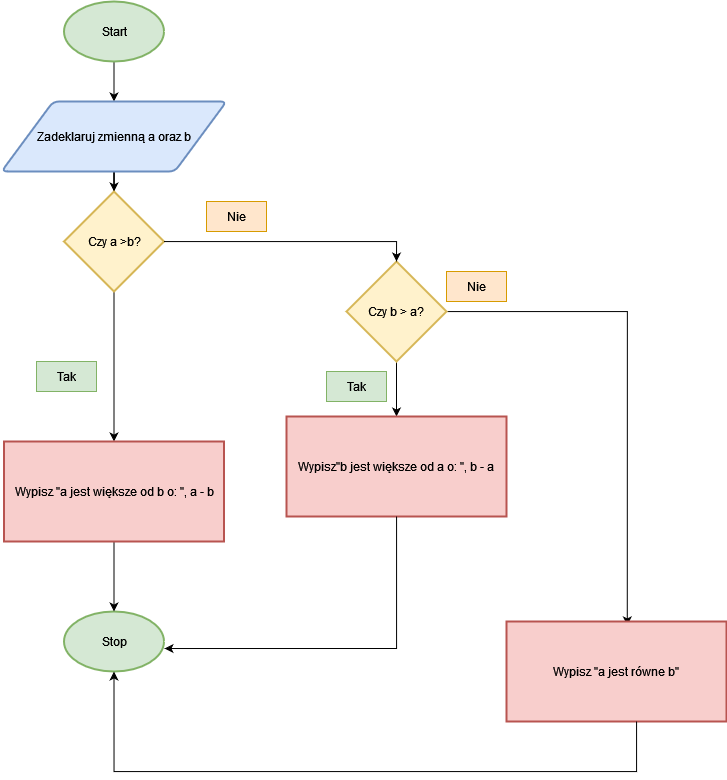
Above: schemat_blokowy/Lab_01/Programowanie_laborki/Która_większa(rdy)(pre_checked)/Która_wieksza.drawio.png in DudeQ7/Programming (draw.io), before the change. Source tidied: cells renumbered, new cells last; positions are measured from the earlier drawing's top-left corner, leaving out a move shared by most shapes.
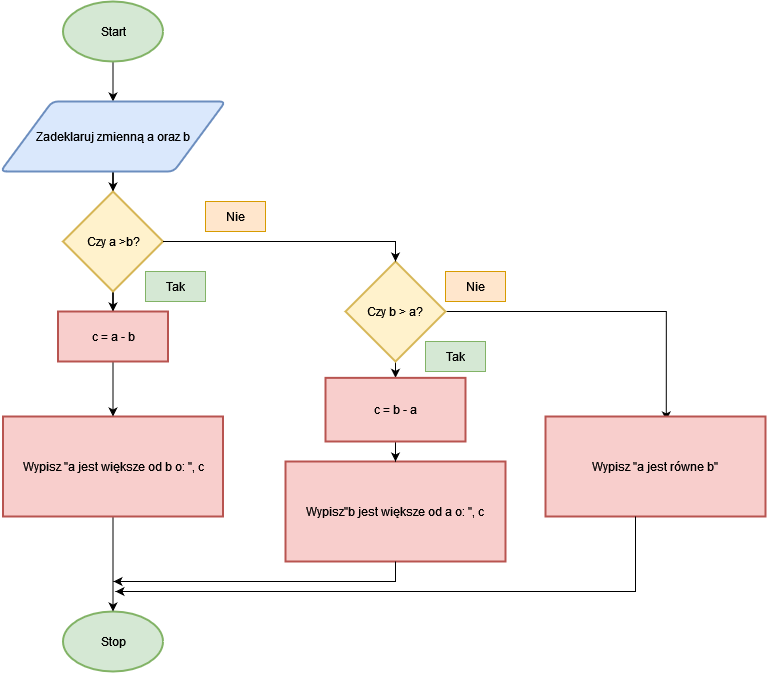
The same diagram one commit later.

Diff of the diagram source:
```diff
@@ -17,26 +17,26 @@
     <mxCell id="6" value="Zadeklaruj zmienną a oraz b" style="shape=parallelogram;html=1;strokeWidth=2;perimeter=parallelogramPerimeter;whiteSpace=wrap;rounded=1;arcSize=12;size=0.23;fillColor=#dae8fc;strokeColor=#6c8ebf;" parent="1" vertex="1">
       <mxGeometry y="100" width="225" height="70" as="geometry" />
     </mxCell>
-    <mxCell id="7" style="edgeStyle=orthogonalEdgeStyle;rounded=0;jettySize=auto;html=1;" parent="1" edge="1" source="9" target="16">
-      <mxGeometry relative="1" as="geometry" />
-    </mxCell>
     <mxCell id="8" style="edgeStyle=orthogonalEdgeStyle;rounded=0;jettySize=auto;html=1;entryX=0.549;entryY=0.039;entryDx=0;entryDy=0;entryPerimeter=0;" parent="1" edge="1" source="9" target="17">
       <mxGeometry relative="1" as="geometry" />
     </mxCell>
+    <mxCell id="24" style="edgeStyle=orthogonalEdgeStyle;rounded=0;jettySize=auto;html=1;" parent="1" edge="1" source="9" target="29">
+      <mxGeometry relative="1" as="geometry" />
+    </mxCell>
     <mxCell id="9" value="Czy b &amp;gt; a? " style="strokeWidth=2;html=1;shape=mxgraph.flowchart.decision;whiteSpace=wrap;fillColor=#fff2cc;strokeColor=#d6b656;" parent="1" vertex="1">
       <mxGeometry x="345" y="260" width="100" height="100" as="geometry" />
     </mxCell>
-    <mxCell id="10" style="edgeStyle=orthogonalEdgeStyle;rounded=0;jettySize=auto;html=1;" parent="1" edge="1" source="11" target="13">
-      <mxGeometry relative="1" as="geometry" />
-    </mxCell>
+    <mxCell id="25" style="edgeStyle=orthogonalEdgeStyle;rounded=0;jettySize=auto;html=1;" parent="1" edge="1" source="11" target="27">
+      <mxGeometry relative="1" as="geometry" />
+    </mxCell>
     <mxCell id="11" value="Czy a &amp;gt;b? " style="strokeWidth=2;html=1;shape=mxgraph.flowchart.decision;whiteSpace=wrap;fillColor=#fff2cc;strokeColor=#d6b656;" parent="1" vertex="1">
       <mxGeometry x="62.5" y="190" width="100" height="100" as="geometry" />
     </mxCell>
     <mxCell id="12" style="edgeStyle=orthogonalEdgeStyle;rounded=0;jettySize=auto;html=1;" parent="1" edge="1" source="13" target="4">
       <mxGeometry relative="1" as="geometry" />
     </mxCell>
-    <mxCell id="13" value="Wypisz &quot;a jest większe od b o: &quot;, a - b " style="rounded=0;whiteSpace=wrap;html=1;absoluteArcSize=1;arcSize=14;strokeWidth=2;fillColor=#f8cecc;strokeColor=#b85450;" parent="1" vertex="1">
-      <mxGeometry x="2.5" y="440" width="220" height="100" as="geometry" />
+    <mxCell id="13" value="Wypisz &quot;a jest większe od b o: &quot;, c " style="rounded=0;whiteSpace=wrap;html=1;absoluteArcSize=1;arcSize=14;strokeWidth=2;fillColor=#f8cecc;strokeColor=#b85450;" parent="1" vertex="1">
+      <mxGeometry x="2.5" y="415" width="220" height="100" as="geometry" />
     </mxCell>
     <mxCell id="14" style="edgeStyle=orthogonalEdgeStyle;rounded=0;orthogonalLoop=1;jettySize=auto;html=1;exitX=0.5;exitY=1;exitDx=0;exitDy=0;" parent="1" edge="1" source="13" target="13">
       <mxGeometry relative="1" as="geometry" />
@@ -44,38 +44,51 @@
     <mxCell id="15" style="edgeStyle=orthogonalEdgeStyle;rounded=0;jettySize=auto;html=1;entryX=0.5;entryY=0;entryDx=0;entryDy=0;entryPerimeter=0;" parent="1" edge="1" source="11" target="9">
       <mxGeometry relative="1" as="geometry" />
     </mxCell>
-    <mxCell id="16" value="Wypisz&quot;b jest większe od a o: &quot;, b - a " style="rounded=0;whiteSpace=wrap;html=1;absoluteArcSize=1;arcSize=14;strokeWidth=2;fillColor=#f8cecc;strokeColor=#b85450;" parent="1" vertex="1">
-      <mxGeometry x="285" y="415" width="220" height="100" as="geometry" />
+    <mxCell id="16" value="Wypisz&quot;b jest większe od a o: &quot;, c " style="rounded=0;whiteSpace=wrap;html=1;absoluteArcSize=1;arcSize=14;strokeWidth=2;fillColor=#f8cecc;strokeColor=#b85450;" parent="1" vertex="1">
+      <mxGeometry x="285" y="460" width="220" height="100" as="geometry" />
     </mxCell>
     <mxCell id="17" value="Wypisz &quot;a jest równe b&quot;" style="rounded=0;whiteSpace=wrap;html=1;absoluteArcSize=1;arcSize=14;strokeWidth=2;fillColor=#f8cecc;strokeColor=#b85450;" parent="1" vertex="1">
-      <mxGeometry x="505" y="620" width="220" height="100" as="geometry" />
+      <mxGeometry x="545" y="415" width="220" height="100" as="geometry" />
     </mxCell>
     <mxCell id="18" value="Tak" style="text;html=1;align=center;verticalAlign=middle;whiteSpace=wrap;rounded=0;fillColor=#d5e8d4;strokeColor=#82b366;" parent="1" vertex="1">
-      <mxGeometry x="35" y="360" width="60" height="30" as="geometry" />
+      <mxGeometry x="145" y="270" width="60" height="30" as="geometry" />
     </mxCell>
     <mxCell id="19" value="&lt;div&gt;Nie&lt;/div&gt;" style="text;html=1;align=center;verticalAlign=middle;whiteSpace=wrap;rounded=0;fillColor=#ffe6cc;strokeColor=#d79b00;" parent="1" vertex="1">
       <mxGeometry x="205" y="200" width="60" height="30" as="geometry" />
     </mxCell>
     <mxCell id="20" value="Tak" style="text;html=1;align=center;verticalAlign=middle;whiteSpace=wrap;rounded=0;fillColor=#d5e8d4;strokeColor=#82b366;" parent="1" vertex="1">
-      <mxGeometry x="325" y="370" width="60" height="30" as="geometry" />
+      <mxGeometry x="425" y="340" width="60" height="30" as="geometry" />
     </mxCell>
     <mxCell id="21" value="&lt;div&gt;Nie&lt;/div&gt;" style="text;html=1;align=center;verticalAlign=middle;whiteSpace=wrap;rounded=0;fillColor=#ffe6cc;strokeColor=#d79b00;" parent="1" vertex="1">
       <mxGeometry x="445" y="270" width="60" height="30" as="geometry" />
     </mxCell>
-    <mxCell id="22" style="edgeStyle=orthogonalEdgeStyle;rounded=0;jettySize=auto;html=1;entryX=1.005;entryY=0.617;entryDx=0;entryDy=0;entryPerimeter=0;" parent="1" edge="1" source="16" target="4">
+    <mxCell id="22" style="edgeStyle=orthogonalEdgeStyle;rounded=0;jettySize=auto;html=1;" parent="1" edge="1" source="16">
       <mxGeometry relative="1" as="geometry">
+        <mxPoint x="113" y="580" as="targetPoint" />
         <Array as="points">
-          <mxPoint x="395" y="647" />
+          <mxPoint x="395" y="580" />
         </Array>
       </mxGeometry>
     </mxCell>
-    <mxCell id="23" style="edgeStyle=orthogonalEdgeStyle;rounded=0;jettySize=auto;html=1;entryX=0.5;entryY=1;entryDx=0;entryDy=0;entryPerimeter=0;" parent="1" edge="1" source="17" target="4">
+    <mxCell id="23" style="edgeStyle=orthogonalEdgeStyle;rounded=0;jettySize=auto;html=1;" parent="1" edge="1" source="17">
       <mxGeometry relative="1" as="geometry">
+        <mxPoint x="115" y="590" as="targetPoint" />
         <Array as="points">
-          <mxPoint x="635" y="770" />
-          <mxPoint x="112" y="770" />
+          <mxPoint x="635" y="590" />
         </Array>
       </mxGeometry>
     </mxCell>
+    <mxCell id="26" style="edgeStyle=orthogonalEdgeStyle;rounded=0;jettySize=auto;html=1;" parent="1" edge="1" source="27" target="13">
+      <mxGeometry relative="1" as="geometry" />
+    </mxCell>
+    <mxCell id="27" value="c = a - b " style="rounded=0;whiteSpace=wrap;html=1;absoluteArcSize=1;arcSize=14;strokeWidth=2;fillColor=#f8cecc;strokeColor=#b85450;" parent="1" vertex="1">
+      <mxGeometry x="57.5" y="310" width="110" height="50" as="geometry" />
+    </mxCell>
+    <mxCell id="28" style="edgeStyle=orthogonalEdgeStyle;rounded=0;jettySize=auto;html=1;" parent="1" edge="1" source="29" target="16">
+      <mxGeometry relative="1" as="geometry" />
+    </mxCell>
+    <mxCell id="29" value="c = b - a" style="rounded=0;whiteSpace=wrap;html=1;absoluteArcSize=1;arcSize=14;strokeWidth=2;fillColor=#f8cecc;strokeColor=#b85450;" parent="1" vertex="1">
+      <mxGeometry x="325" y="376.4" width="140" height="63.6" as="geometry" />
+    </mxCell>
   </root>
 </mxGraphModel>
```
